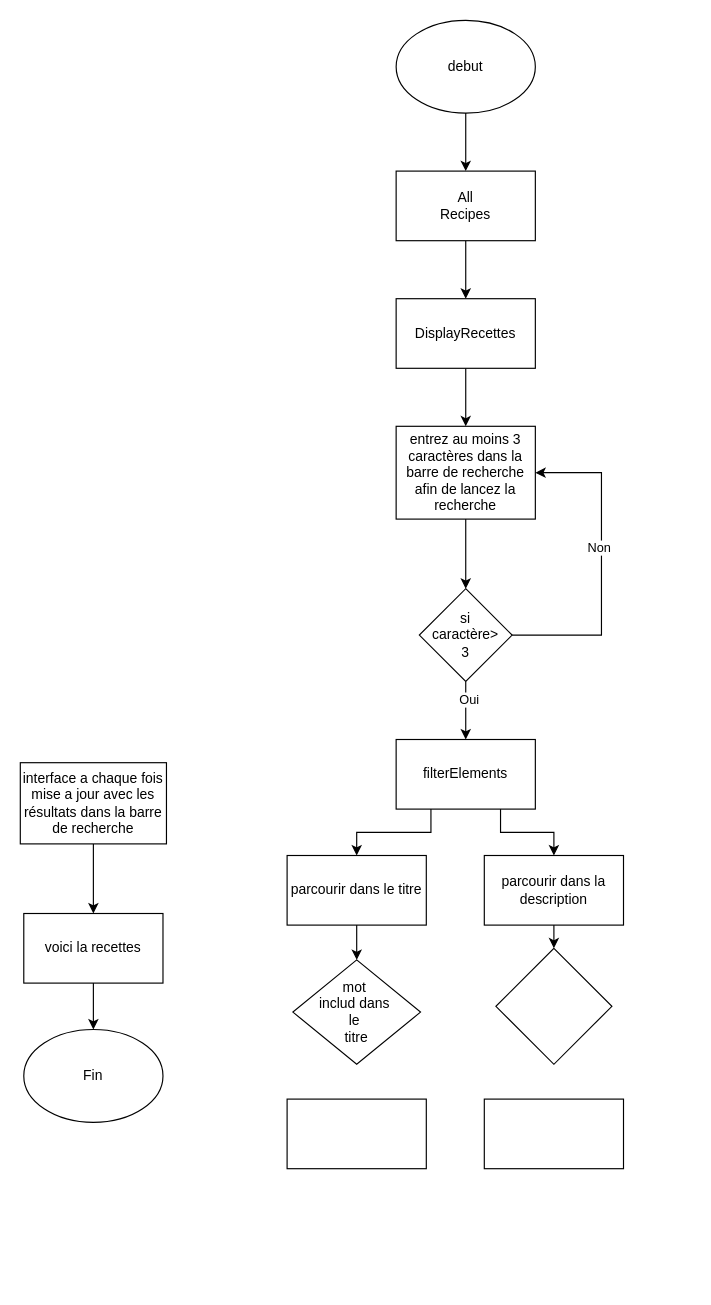
This is page "Page-2" (2 of 5) of diagramme_algo/algo1.drawio from fodie94/projet7, a draw.io file, before an edit. Source tidied: cells renumbered, new cells numbered last; positions are measured from the earlier drawing's top-left corner, leaving out a move shared by most shapes. Both pictures are drawn from the tidied source at 116%, with x=0, y=0 at pixel (20, 20).
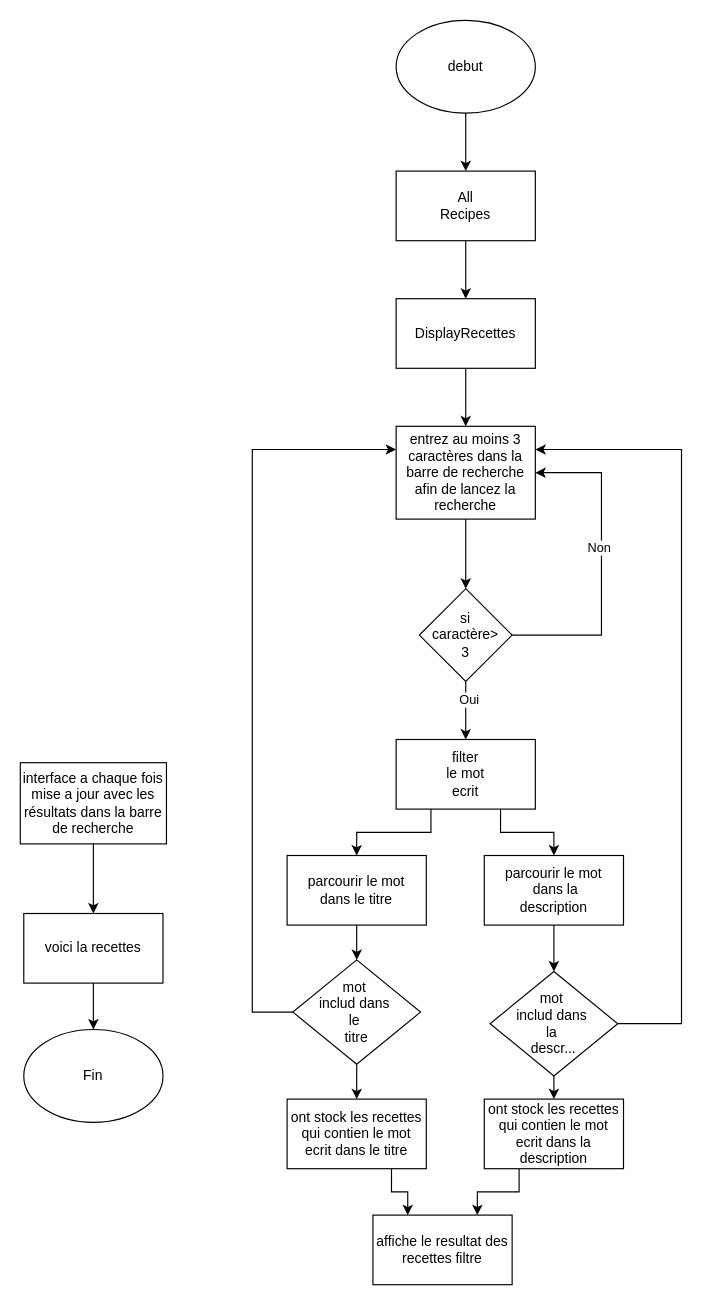
After the change.

Commit message (it also covers changes not shown here):
efface code inutil

Unchanged cells that the change refers to:
```xml
<mxCell id="9" value="entrez au moins 3 caractères dans la barre de recherche afin de lancez la recherche" style="rounded=0;whiteSpace=wrap;html=1;" parent="1" vertex="1">
  <mxGeometry x="324" y="350" width="120" height="80" as="geometry" />
</mxCell>
<mxCell id="28" value="mot&amp;nbsp;&lt;br&gt;includ dans&amp;nbsp;&lt;br&gt;le&amp;nbsp;&lt;br&gt;titre" style="rhombus;whiteSpace=wrap;html=1;" parent="1" vertex="1">
  <mxGeometry x="235" y="810" width="110" height="90" as="geometry" />
</mxCell>
```

The edit, as a diff of the source:
```diff
@@
-    <mxCell id="17" value="filterElements" style="whiteSpace=wrap;html=1;" parent="1" vertex="1">
+    <mxCell id="17" value="filter&lt;br&gt;le mot&lt;br&gt;ecrit" style="whiteSpace=wrap;html=1;" parent="1" vertex="1">
       <mxGeometry x="324" y="620" width="120" height="60" as="geometry" />
     </mxCell>
@@
-    <mxCell id="23" style="edgeStyle=orthogonalEdgeStyle;rounded=0;jettySize=auto;html=1;exitX=0.5;exitY=1;exitDx=0;exitDy=0;entryX=0.5;entryY=0;entryDx=0;entryDy=0;" parent="1" edge="1" source="24" target="27">
-      <mxGeometry relative="1" as="geometry" />
-    </mxCell>
+    <mxCell id="31" style="edgeStyle=orthogonalEdgeStyle;rounded=0;jettySize=auto;html=1;exitX=0.5;exitY=1;exitDx=0;exitDy=0;entryX=0.5;entryY=0;entryDx=0;entryDy=0;" parent="1" edge="1" source="24" target="38">
+      <mxGeometry relative="1" as="geometry" />
+    </mxCell>
-    <mxCell id="24" value="parcourir dans la&lt;br&gt;description" style="rounded=0;whiteSpace=wrap;html=1;" parent="1" vertex="1">
+    <mxCell id="24" value="parcourir le mot&lt;br&gt;&amp;nbsp;dans la&lt;br&gt;description" style="rounded=0;whiteSpace=wrap;html=1;" parent="1" vertex="1">
       <mxGeometry x="400" y="720" width="120" height="60" as="geometry" />
     </mxCell>
@@
-    <mxCell id="26" value="parcourir dans le titre" style="rounded=0;whiteSpace=wrap;html=1;" parent="1" vertex="1">
+    <mxCell id="26" value="parcourir le mot&lt;br&gt;dans le titre" style="rounded=0;whiteSpace=wrap;html=1;" parent="1" vertex="1">
       <mxGeometry x="230" y="720" width="120" height="60" as="geometry" />
     </mxCell>
-    <mxCell id="27" style="rhombus;whiteSpace=wrap;html=1;" parent="1" vertex="1">
-      <mxGeometry x="410" y="800" width="100" height="100" as="geometry" />
-    </mxCell>
+    <mxCell id="32" style="edgeStyle=orthogonalEdgeStyle;rounded=0;jettySize=auto;html=1;exitX=0.5;exitY=1;exitDx=0;exitDy=0;entryX=0.5;entryY=0;entryDx=0;entryDy=0;" parent="1" edge="1" source="28" target="30">
+      <mxGeometry relative="1" as="geometry" />
+    </mxCell>
+    <mxCell id="33" style="edgeStyle=orthogonalEdgeStyle;rounded=0;jettySize=auto;html=1;exitX=0;exitY=0.5;exitDx=0;exitDy=0;entryX=0;entryY=0.25;entryDx=0;entryDy=0;" parent="1" edge="1" source="28" target="9">
+      <mxGeometry relative="1" as="geometry">
+        <Array as="points">
+          <mxPoint x="200" y="855" />
+          <mxPoint x="200" y="370" />
+        </Array>
+      </mxGeometry>
+    </mxCell>
@@
+    <mxCell id="34" style="edgeStyle=orthogonalEdgeStyle;rounded=0;jettySize=auto;html=1;exitX=0.25;exitY=1;exitDx=0;exitDy=0;entryX=0.75;entryY=0;entryDx=0;entryDy=0;" parent="1" edge="1" source="29" target="39">
+      <mxGeometry relative="1" as="geometry" />
+    </mxCell>
-    <mxCell id="29" style="rounded=0;whiteSpace=wrap;html=1;" parent="1" vertex="1">
+    <mxCell id="29" value="ont stock les recettes&lt;br style=&quot;border-color: var(--border-color);&quot;&gt;qui contien le mot&lt;br style=&quot;border-color: var(--border-color);&quot;&gt;ecrit dans la description" style="rounded=0;whiteSpace=wrap;html=1;" parent="1" vertex="1">
       <mxGeometry x="400" y="930" width="120" height="60" as="geometry" />
     </mxCell>
+    <mxCell id="35" style="edgeStyle=orthogonalEdgeStyle;rounded=0;jettySize=auto;html=1;exitX=0.75;exitY=1;exitDx=0;exitDy=0;entryX=0.25;entryY=0;entryDx=0;entryDy=0;" parent="1" edge="1" source="30" target="39">
+      <mxGeometry relative="1" as="geometry" />
+    </mxCell>
-    <mxCell id="30" style="rounded=0;whiteSpace=wrap;html=1;" parent="1" vertex="1">
+    <mxCell id="30" value="ont stock les recettes&lt;br&gt;qui contien le mot&lt;br&gt;ecrit dans le titre" style="rounded=0;whiteSpace=wrap;html=1;" parent="1" vertex="1">
       <mxGeometry x="230" y="930" width="120" height="60" as="geometry" />
     </mxCell>
+    <mxCell id="36" style="edgeStyle=orthogonalEdgeStyle;rounded=0;jettySize=auto;html=1;exitX=0.5;exitY=1;exitDx=0;exitDy=0;entryX=0.5;entryY=0;entryDx=0;entryDy=0;" parent="1" edge="1" source="38" target="29">
+      <mxGeometry relative="1" as="geometry" />
+    </mxCell>
+    <mxCell id="37" style="edgeStyle=orthogonalEdgeStyle;rounded=0;jettySize=auto;html=1;exitX=1;exitY=0.5;exitDx=0;exitDy=0;entryX=1;entryY=0.25;entryDx=0;entryDy=0;" parent="1" edge="1" source="38" target="9">
+      <mxGeometry relative="1" as="geometry">
+        <Array as="points">
+          <mxPoint x="570" y="865" />
+          <mxPoint x="570" y="370" />
+        </Array>
+      </mxGeometry>
+    </mxCell>
+    <mxCell id="38" value="mot&amp;nbsp;&lt;br&gt;includ dans&amp;nbsp;&lt;br&gt;la&amp;nbsp;&lt;br&gt;descr..." style="rhombus;whiteSpace=wrap;html=1;" parent="1" vertex="1">
+      <mxGeometry x="405" y="820" width="110" height="90" as="geometry" />
+    </mxCell>
+    <mxCell id="39" value="affiche le resultat des recettes filtre" style="rounded=0;whiteSpace=wrap;html=1;" parent="1" vertex="1">
+      <mxGeometry x="304" y="1030" width="120" height="60" as="geometry" />
+    </mxCell>
```
